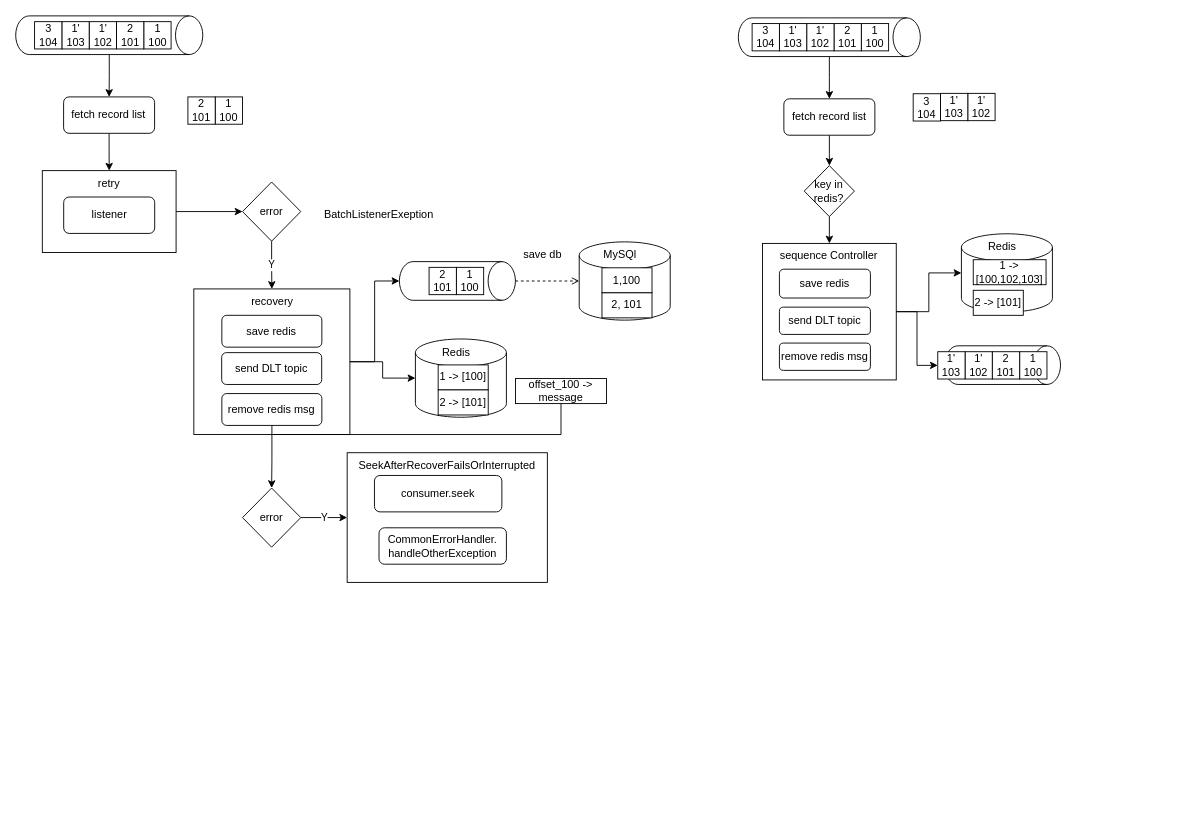
Before: techlab/kafka message handler.drawio in qiufang1314/drawio, a draw.io diagram. Source tidied: cells renumbered, new cells numbered last; positions are measured from the earlier drawing's top-left corner, leaving out a move shared by most shapes. Both pictures are drawn from the tidied source at 91%, with x=0, y=0 at pixel (35, -59).
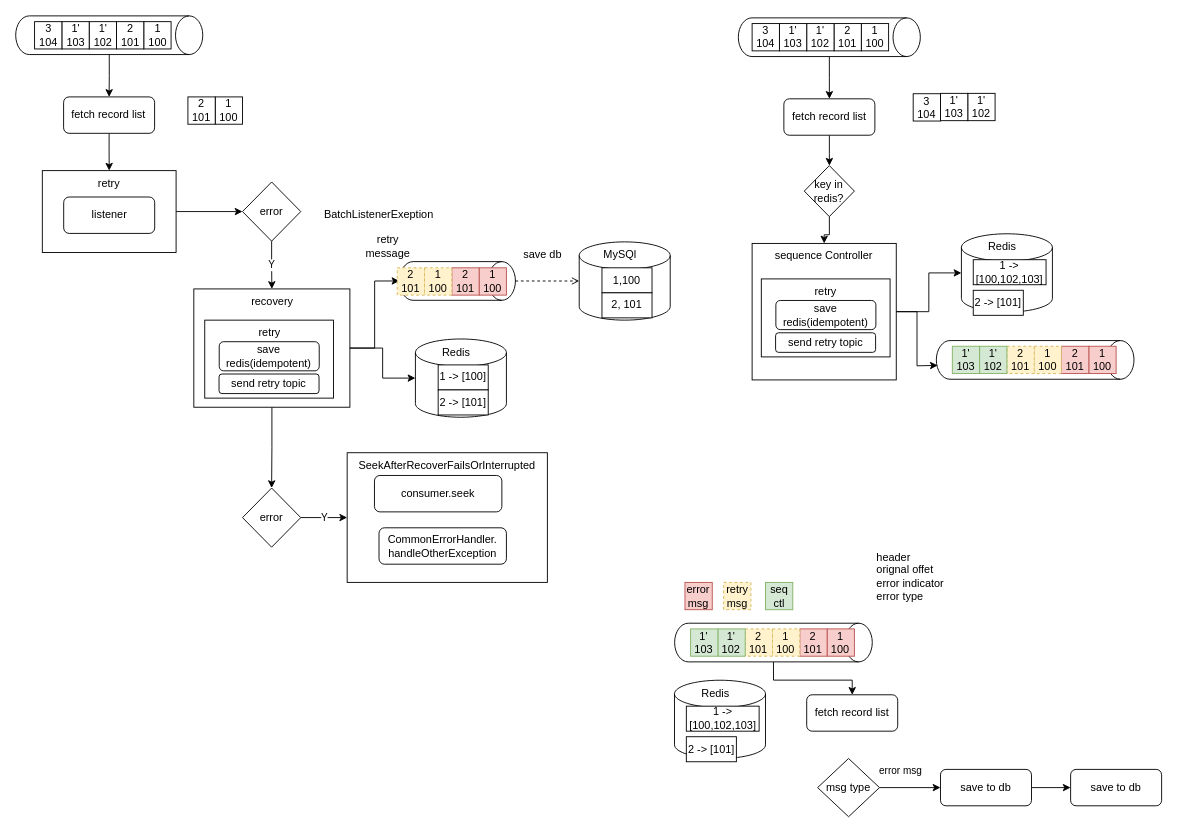
The same diagram, later.

The change refers to these unchanged cells:
```xml
<mxCell id="22" value="error" style="rhombus;whiteSpace=wrap;html=1;" parent="1" vertex="1">
  <mxGeometry x="228" y="600.8" width="64" height="65" as="geometry" />
</mxCell>
```

The edit, as a diff of the source:
```diff
@@
+    <mxCell id="75" style="edgeStyle=orthogonalEdgeStyle;rounded=0;jettySize=auto;html=1;entryX=0.5;entryY=0;entryDx=0;entryDy=0;" parent="1" edge="1" source="76" target="105">
+      <mxGeometry relative="1" as="geometry" />
+    </mxCell>
+    <mxCell id="76" style="shape=cylinder3;whiteSpace=wrap;html=1;boundedLbl=1;backgroundOutline=1;size=15;rotation=90;" parent="1" vertex="1">
+      <mxGeometry x="790.2" y="662" width="42.5" height="217.2" as="geometry" />
+    </mxCell>
@@
-    <mxCell id="15" style="edgeStyle=orthogonalEdgeStyle;rounded=0;jettySize=auto;html=1;" parent="1" edge="1" source="16" target="22">
+    <mxCell id="15" style="edgeStyle=orthogonalEdgeStyle;rounded=0;jettySize=auto;html=1;entryX=0.5;entryY=0;entryDx=0;entryDy=0;" parent="1" edge="1" source="16" target="22">
       <mxGeometry relative="1" as="geometry" />
     </mxCell>
     <mxCell id="16" value="recovery" style="rounded=0;whiteSpace=wrap;html=1;verticalAlign=top;" parent="1" vertex="1">
-      <mxGeometry x="174.5" y="382" width="171.5" height="160" as="geometry" />
+      <mxGeometry x="174.5" y="382" width="171.5" height="130" as="geometry" />
     </mxCell>
-    <mxCell id="17" value="send DLT topic" style="rounded=1;whiteSpace=wrap;html=1;" parent="1" vertex="1">
-      <mxGeometry x="205.1" y="452" width="109.9" height="35" as="geometry" />
-    </mxCell>
@@
-    <mxCell id="26" value="save redis" style="rounded=1;whiteSpace=wrap;html=1;" parent="1" vertex="1">
-      <mxGeometry x="205.3" y="411" width="109.9" height="35" as="geometry" />
-    </mxCell>
@@
-    <mxCell id="32" style="edgeStyle=orthogonalEdgeStyle;rounded=0;jettySize=auto;html=1;entryX=0.5;entryY=1;entryDx=0;entryDy=0;" parent="1" edge="1" source="33" target="34">
-      <mxGeometry relative="1" as="geometry">
-        <Array as="points">
-          <mxPoint x="260" y="542" />
-          <mxPoint x="578" y="542" />
-          <mxPoint x="578" y="497" />
-        </Array>
-      </mxGeometry>
-    </mxCell>
-    <mxCell id="33" value="remove redis msg" style="rounded=1;whiteSpace=wrap;html=1;" parent="1" vertex="1">
-      <mxGeometry x="205.3" y="497" width="109.9" height="35" as="geometry" />
-    </mxCell>
-    <mxCell id="34" value="offset_100 -&amp;gt; message" style="rounded=0;whiteSpace=wrap;html=1;" parent="1" vertex="1">
-      <mxGeometry x="528" y="480.5" width="100" height="27.5" as="geometry" />
-    </mxCell>
@@
-    <mxCell id="52" style="edgeStyle=orthogonalEdgeStyle;rounded=0;jettySize=auto;html=1;" parent="1" edge="1" source="53" target="72">
-      <mxGeometry relative="1" as="geometry" />
+    <mxCell id="52" style="edgeStyle=orthogonalEdgeStyle;rounded=0;jettySize=auto;html=1;" parent="1" edge="1" source="53">
+      <mxGeometry relative="1" as="geometry">
+        <mxPoint x="992" y="466" as="targetPoint" />
+      </mxGeometry>
     </mxCell>
     <mxCell id="53" value="sequence Controller" style="rounded=0;whiteSpace=wrap;html=1;verticalAlign=top;" parent="1" vertex="1">
-      <mxGeometry x="799.4" y="332" width="147" height="150" as="geometry" />
+      <mxGeometry x="788" y="332" width="158.4" height="150" as="geometry" />
     </mxCell>
@@
-    <mxCell id="55" value="1&lt;div&gt;100&lt;/div&gt;" style="rounded=0;whiteSpace=wrap;html=1;" parent="1" vertex="1">
-      <mxGeometry x="463" y="358.3" width="30" height="30" as="geometry" />
+    <mxCell id="55" value="1&lt;div&gt;100&lt;/div&gt;" style="rounded=0;whiteSpace=wrap;html=1;fillColor=#f8cecc;strokeColor=#b85450;" parent="1" vertex="1">
+      <mxGeometry x="870.4" y="755.6" width="30" height="30" as="geometry" />
     </mxCell>
-    <mxCell id="56" value="2&lt;br&gt;&lt;div&gt;101&lt;/div&gt;" style="rounded=0;whiteSpace=wrap;html=1;" parent="1" vertex="1">
-      <mxGeometry x="433" y="358.3" width="30" height="30" as="geometry" />
+    <mxCell id="56" value="2&lt;br&gt;&lt;div&gt;101&lt;/div&gt;" style="rounded=0;whiteSpace=wrap;html=1;fillColor=#f8cecc;strokeColor=#b85450;" parent="1" vertex="1">
+      <mxGeometry x="840.4" y="755.6" width="30" height="30" as="geometry" />
     </mxCell>
@@
-    <mxCell id="66" value="save redis" style="rounded=1;whiteSpace=wrap;html=1;" parent="1" vertex="1">
-      <mxGeometry x="818" y="360.3" width="100" height="31.7" as="geometry" />
-    </mxCell>
-    <mxCell id="67" value="send DLT topic" style="rounded=1;whiteSpace=wrap;html=1;" parent="1" vertex="1">
-      <mxGeometry x="818" y="402" width="100" height="30" as="geometry" />
-    </mxCell>
-    <mxCell id="68" value="remove redis msg" style="rounded=1;whiteSpace=wrap;html=1;" parent="1" vertex="1">
-      <mxGeometry x="818" y="441.5" width="100" height="30" as="geometry" />
-    </mxCell>
@@
-    <mxCell id="70" style="shape=cylinder3;whiteSpace=wrap;html=1;boundedLbl=1;backgroundOutline=1;size=15;rotation=90;" parent="1" vertex="1">
-      <mxGeometry x="1041.9" y="402" width="42.5" height="127.5" as="geometry" />
-    </mxCell>
-    <mxCell id="71" value="1'&lt;div&gt;102&lt;/div&gt;" style="rounded=0;whiteSpace=wrap;html=1;" parent="1" vertex="1">
-      <mxGeometry x="1022" y="451" width="30" height="30" as="geometry" />
-    </mxCell>
-    <mxCell id="72" value="1'&lt;br&gt;&lt;div&gt;103&lt;/div&gt;" style="rounded=0;whiteSpace=wrap;html=1;" parent="1" vertex="1">
-      <mxGeometry x="992" y="451" width="30" height="30" as="geometry" />
-    </mxCell>
-    <mxCell id="73" value="1&lt;div&gt;100&lt;/div&gt;" style="rounded=0;whiteSpace=wrap;html=1;" parent="1" vertex="1">
-      <mxGeometry x="1082" y="451" width="30" height="30" as="geometry" />
-    </mxCell>
-    <mxCell id="74" value="2&lt;br&gt;&lt;div&gt;101&lt;/div&gt;" style="rounded=0;whiteSpace=wrap;html=1;" parent="1" vertex="1">
-      <mxGeometry x="1052" y="451" width="30" height="30" as="geometry" />
-    </mxCell>
+    <mxCell id="77" value="retry" style="rounded=0;whiteSpace=wrap;html=1;verticalAlign=top;" parent="1" vertex="1">
+      <mxGeometry x="186.5" y="416.3" width="141.5" height="85.7" as="geometry" />
+    </mxCell>
+    <mxCell id="17" value="send retry topic" style="rounded=1;whiteSpace=wrap;html=1;" parent="1" vertex="1">
+      <mxGeometry x="202.2" y="475.5" width="109.9" height="21.5" as="geometry" />
+    </mxCell>
+    <mxCell id="26" value="save redis(idempotent)" style="rounded=1;whiteSpace=wrap;html=1;" parent="1" vertex="1">
+      <mxGeometry x="202.4" y="440" width="109.9" height="32" as="geometry" />
+    </mxCell>
+    <mxCell id="78" value="1&lt;div&gt;100&lt;/div&gt;" style="rounded=0;whiteSpace=wrap;html=1;dashed=1;fillColor=#fff2cc;strokeColor=#d6b656;" parent="1" vertex="1">
+      <mxGeometry x="810.4" y="755.6" width="30" height="30" as="geometry" />
+    </mxCell>
+    <mxCell id="79" value="2&lt;br&gt;&lt;div&gt;101&lt;/div&gt;" style="rounded=0;whiteSpace=wrap;html=1;dashed=1;fillColor=#fff2cc;strokeColor=#d6b656;" parent="1" vertex="1">
+      <mxGeometry x="780.4" y="755.6" width="30" height="30" as="geometry" />
+    </mxCell>
+    <mxCell id="80" value="retry message" style="text;html=1;align=center;verticalAlign=middle;whiteSpace=wrap;rounded=0;" parent="1" vertex="1">
+      <mxGeometry x="358" y="319.9" width="60" height="30" as="geometry" />
+    </mxCell>
+    <mxCell id="81" value="retry" style="rounded=0;whiteSpace=wrap;html=1;verticalAlign=top;" parent="1" vertex="1">
+      <mxGeometry x="798.1" y="371" width="141.5" height="85.7" as="geometry" />
+    </mxCell>
+    <mxCell id="82" value="send retry topic" style="rounded=1;whiteSpace=wrap;html=1;" parent="1" vertex="1">
+      <mxGeometry x="813.8" y="430.2" width="109.9" height="21.5" as="geometry" />
+    </mxCell>
+    <mxCell id="83" value="save redis(idempotent)" style="rounded=1;whiteSpace=wrap;html=1;" parent="1" vertex="1">
+      <mxGeometry x="814.1" y="394.7" width="109.9" height="32" as="geometry" />
+    </mxCell>
+    <mxCell id="84" style="shape=cylinder3;whiteSpace=wrap;html=1;boundedLbl=1;backgroundOutline=1;size=15;" parent="1" vertex="1">
+      <mxGeometry x="702.7" y="812" width="100" height="86" as="geometry" />
+    </mxCell>
+    <mxCell id="85" value="Redis" style="text;html=1;align=center;verticalAlign=middle;whiteSpace=wrap;rounded=0;" parent="1" vertex="1">
+      <mxGeometry x="712.7" y="812" width="70" height="30" as="geometry" />
+    </mxCell>
+    <mxCell id="86" value="1 -&amp;gt; [100,102,103]" style="rounded=0;whiteSpace=wrap;html=1;" parent="1" vertex="1">
+      <mxGeometry x="715.7" y="840.5" width="80" height="27.5" as="geometry" />
+    </mxCell>
+    <mxCell id="87" value="2 -&amp;gt; [101]" style="rounded=0;whiteSpace=wrap;html=1;" parent="1" vertex="1">
+      <mxGeometry x="715.7" y="874.1" width="55" height="27.5" as="geometry" />
+    </mxCell>
+    <mxCell id="88" value="1'&lt;div&gt;102&lt;/div&gt;" style="rounded=0;whiteSpace=wrap;html=1;fillColor=#d5e8d4;strokeColor=#82b366;" parent="1" vertex="1">
+      <mxGeometry x="750.4" y="755.6" width="30" height="30" as="geometry" />
+    </mxCell>
+    <mxCell id="89" value="1'&lt;br&gt;&lt;div&gt;103&lt;/div&gt;" style="rounded=0;whiteSpace=wrap;html=1;fillColor=#d5e8d4;strokeColor=#82b366;" parent="1" vertex="1">
+      <mxGeometry x="720.4" y="755.6" width="30" height="30" as="geometry" />
+    </mxCell>
+    <mxCell id="90" value="error&lt;div&gt;msg&lt;/div&gt;" style="rounded=0;whiteSpace=wrap;html=1;fillColor=#f8cecc;strokeColor=#b85450;" parent="1" vertex="1">
+      <mxGeometry x="714.2" y="704.5" width="30" height="30" as="geometry" />
+    </mxCell>
+    <mxCell id="91" value="retry&lt;div&gt;msg&lt;/div&gt;" style="rounded=0;whiteSpace=wrap;html=1;dashed=1;fillColor=#fff2cc;strokeColor=#d6b656;" parent="1" vertex="1">
+      <mxGeometry x="756.7" y="704.5" width="30" height="30" as="geometry" />
+    </mxCell>
+    <mxCell id="92" value="seq&lt;div&gt;ctl&lt;/div&gt;" style="rounded=0;whiteSpace=wrap;html=1;fillColor=#d5e8d4;strokeColor=#82b366;" parent="1" vertex="1">
+      <mxGeometry x="802.7" y="704.5" width="30" height="30" as="geometry" />
+    </mxCell>
+    <mxCell id="93" value="1&lt;div&gt;100&lt;/div&gt;" style="rounded=0;whiteSpace=wrap;html=1;fillColor=#f8cecc;strokeColor=#b85450;" parent="1" vertex="1">
+      <mxGeometry x="488" y="358.8" width="30" height="30" as="geometry" />
+    </mxCell>
+    <mxCell id="94" value="2&lt;br&gt;&lt;div&gt;101&lt;/div&gt;" style="rounded=0;whiteSpace=wrap;html=1;fillColor=#f8cecc;strokeColor=#b85450;" parent="1" vertex="1">
+      <mxGeometry x="458" y="358.8" width="30" height="30" as="geometry" />
+    </mxCell>
+    <mxCell id="95" value="1&lt;div&gt;100&lt;/div&gt;" style="rounded=0;whiteSpace=wrap;html=1;dashed=1;fillColor=#fff2cc;strokeColor=#d6b656;" parent="1" vertex="1">
+      <mxGeometry x="428" y="358.8" width="30" height="30" as="geometry" />
+    </mxCell>
+    <mxCell id="96" value="2&lt;br&gt;&lt;div&gt;101&lt;/div&gt;" style="rounded=0;whiteSpace=wrap;html=1;dashed=1;fillColor=#fff2cc;strokeColor=#d6b656;" parent="1" vertex="1">
+      <mxGeometry x="398" y="358.8" width="30" height="30" as="geometry" />
+    </mxCell>
+    <mxCell id="97" style="shape=cylinder3;whiteSpace=wrap;html=1;boundedLbl=1;backgroundOutline=1;size=15;rotation=90;" parent="1" vertex="1">
+      <mxGeometry x="1077.8" y="351.4" width="42.5" height="217.2" as="geometry" />
+    </mxCell>
+    <mxCell id="98" value="1&lt;div&gt;100&lt;/div&gt;" style="rounded=0;whiteSpace=wrap;html=1;fillColor=#f8cecc;strokeColor=#b85450;" parent="1" vertex="1">
+      <mxGeometry x="1158" y="445" width="30" height="30" as="geometry" />
+    </mxCell>
+    <mxCell id="99" value="2&lt;br&gt;&lt;div&gt;101&lt;/div&gt;" style="rounded=0;whiteSpace=wrap;html=1;fillColor=#f8cecc;strokeColor=#b85450;" parent="1" vertex="1">
+      <mxGeometry x="1128" y="445" width="30" height="30" as="geometry" />
+    </mxCell>
+    <mxCell id="100" value="1&lt;div&gt;100&lt;/div&gt;" style="rounded=0;whiteSpace=wrap;html=1;dashed=1;fillColor=#fff2cc;strokeColor=#d6b656;" parent="1" vertex="1">
+      <mxGeometry x="1098" y="445" width="30" height="30" as="geometry" />
+    </mxCell>
+    <mxCell id="101" value="2&lt;br&gt;&lt;div&gt;101&lt;/div&gt;" style="rounded=0;whiteSpace=wrap;html=1;dashed=1;fillColor=#fff2cc;strokeColor=#d6b656;" parent="1" vertex="1">
+      <mxGeometry x="1068" y="445" width="30" height="30" as="geometry" />
+    </mxCell>
+    <mxCell id="102" value="1'&lt;div&gt;102&lt;/div&gt;" style="rounded=0;whiteSpace=wrap;html=1;fillColor=#d5e8d4;strokeColor=#82b366;" parent="1" vertex="1">
+      <mxGeometry x="1038" y="445" width="30" height="30" as="geometry" />
+    </mxCell>
+    <mxCell id="103" value="1'&lt;br&gt;&lt;div&gt;103&lt;/div&gt;" style="rounded=0;whiteSpace=wrap;html=1;fillColor=#d5e8d4;strokeColor=#82b366;" parent="1" vertex="1">
+      <mxGeometry x="1008" y="445" width="30" height="30" as="geometry" />
+    </mxCell>
+    <mxCell id="104" value="header&lt;div&gt;orignal offet&lt;/div&gt;&lt;div&gt;error indicator&lt;/div&gt;&lt;div&gt;error type&lt;/div&gt;" style="text;html=1;align=left;verticalAlign=middle;whiteSpace=wrap;rounded=0;" parent="1" vertex="1">
+      <mxGeometry x="922.9" y="684.5" width="138" height="27.5" as="geometry" />
+    </mxCell>
+    <mxCell id="105" value="fetch record list" style="rounded=1;whiteSpace=wrap;html=1;" parent="1" vertex="1">
+      <mxGeometry x="848" y="828" width="100" height="40" as="geometry" />
+    </mxCell>
+    <mxCell id="106" value="error msg" style="edgeStyle=orthogonalEdgeStyle;rounded=0;jettySize=auto;html=1;" parent="1" edge="1" source="107" target="109">
+      <mxGeometry x="-0.31" y="18" relative="1" as="geometry" />
+    </mxCell>
+    <mxCell id="107" value="msg type" style="rhombus;whiteSpace=wrap;html=1;" parent="1" vertex="1">
+      <mxGeometry x="860" y="898" width="68" height="64" as="geometry" />
+    </mxCell>
+    <mxCell id="108" style="edgeStyle=orthogonalEdgeStyle;rounded=0;jettySize=auto;html=1;entryX=0;entryY=0.5;entryDx=0;entryDy=0;" parent="1" edge="1" source="109" target="110">
+      <mxGeometry relative="1" as="geometry" />
+    </mxCell>
+    <mxCell id="109" value="save to db" style="rounded=1;whiteSpace=wrap;html=1;" parent="1" vertex="1">
+      <mxGeometry x="995" y="910" width="100" height="40" as="geometry" />
+    </mxCell>
+    <mxCell id="110" value="save to db" style="rounded=1;whiteSpace=wrap;html=1;" parent="1" vertex="1">
+      <mxGeometry x="1138" y="910" width="100" height="40" as="geometry" />
+    </mxCell>
```
